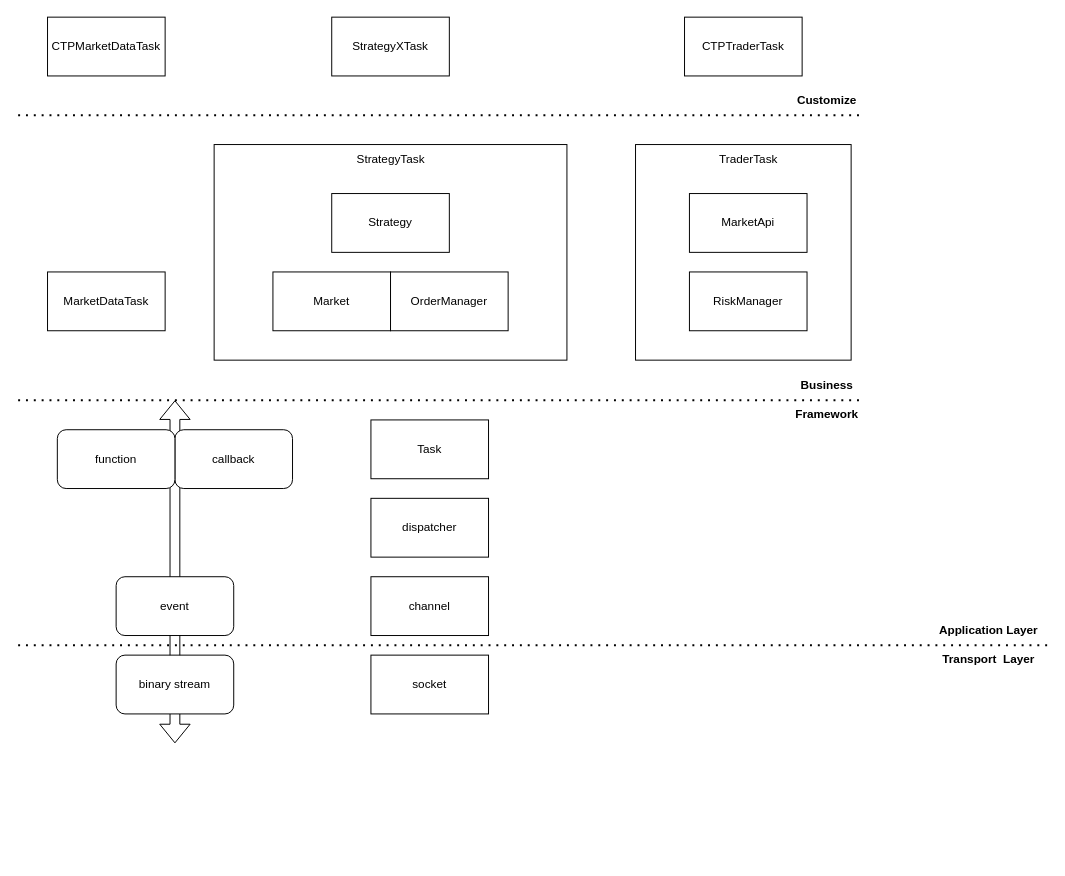
The draw.io diagram page "Process" (3 of 3) of hft/hft_framework.drawio in mistyeye11/drawio, before the edit. Source tidied: cells renumbered, new cells numbered last; positions are measured from the earlier drawing's top-left corner, leaving out a move shared by most shapes. Both pictures are drawn from the tidied source at 98%, with x=0, y=0 at pixel (18, 17).
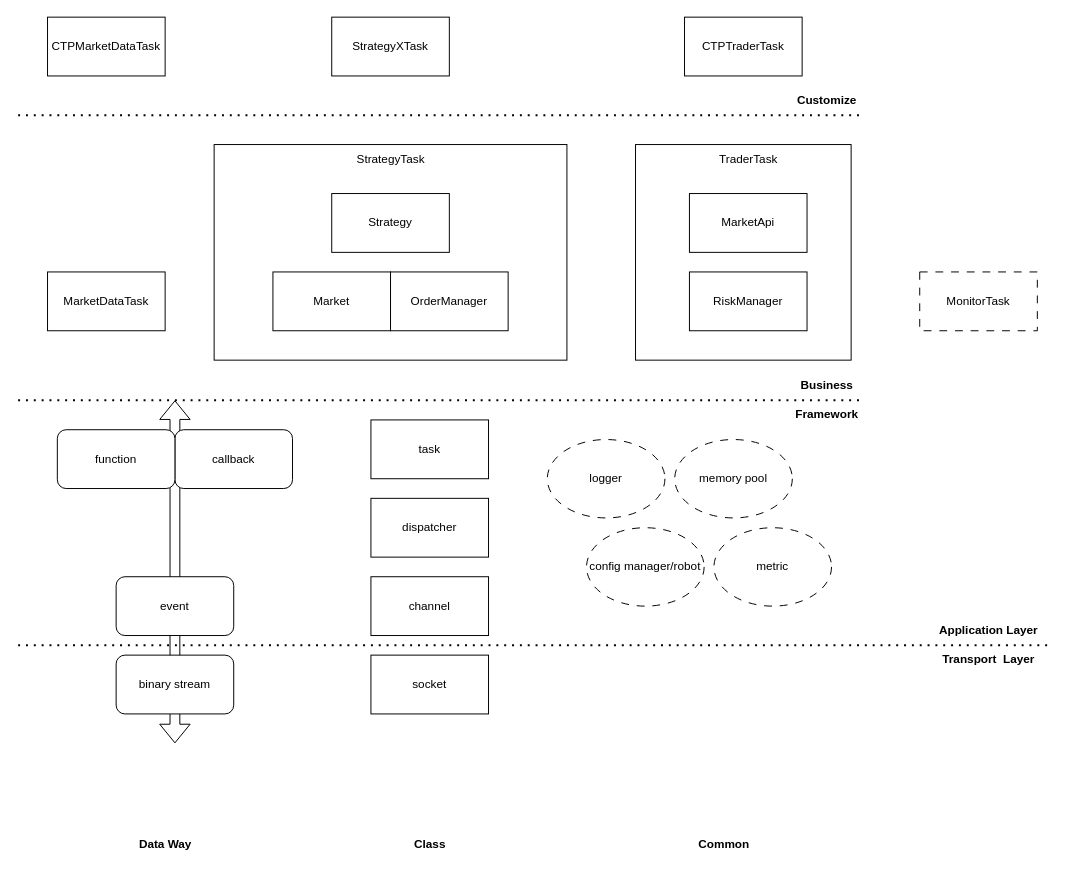
After the change.

What changed in the source:
```diff
@@
-    <mxCell id="22" value="Task" style="rounded=0;whiteSpace=wrap;html=1;" parent="1" vertex="1">
+    <mxCell id="22" value="task" style="rounded=0;whiteSpace=wrap;html=1;" parent="1" vertex="1">
       <mxGeometry x="360" y="411" width="120" height="60" as="geometry" />
     </mxCell>
@@
+    <mxCell id="32" value="logger" style="ellipse;whiteSpace=wrap;html=1;dashed=1;dashPattern=8 8;" parent="1" vertex="1">
+      <mxGeometry x="540" y="431" width="120" height="80" as="geometry" />
+    </mxCell>
+    <mxCell id="33" value="MonitorTask" style="rounded=0;whiteSpace=wrap;html=1;dashed=1;dashPattern=8 8;" parent="1" vertex="1">
+      <mxGeometry x="920" y="260" width="120" height="60" as="geometry" />
+    </mxCell>
+    <mxCell id="34" value="config manager/robot" style="ellipse;whiteSpace=wrap;html=1;dashed=1;dashPattern=8 8;" parent="1" vertex="1">
+      <mxGeometry x="580" y="521" width="120" height="80" as="geometry" />
+    </mxCell>
+    <mxCell id="35" value="Data Way" style="text;html=1;align=center;verticalAlign=middle;strokeColor=none;fillColor=none;fontStyle=1;" parent="1" vertex="1">
+      <mxGeometry x="110" y="829" width="80" height="30" as="geometry" />
+    </mxCell>
+    <mxCell id="36" value="Class" style="text;html=1;align=center;verticalAlign=middle;strokeColor=none;fillColor=none;fontStyle=1;" parent="1" vertex="1">
+      <mxGeometry x="395" y="829" width="50" height="30" as="geometry" />
+    </mxCell>
+    <mxCell id="37" value="Common" style="text;html=1;align=center;verticalAlign=middle;strokeColor=none;fillColor=none;fontStyle=1;" parent="1" vertex="1">
+      <mxGeometry x="685" y="829" width="70" height="30" as="geometry" />
+    </mxCell>
+    <mxCell id="38" value="memory pool" style="ellipse;whiteSpace=wrap;html=1;dashed=1;dashPattern=8 8;" parent="1" vertex="1">
+      <mxGeometry x="670" y="431" width="120" height="80" as="geometry" />
+    </mxCell>
+    <mxCell id="39" value="metric" style="ellipse;whiteSpace=wrap;html=1;dashed=1;dashPattern=8 8;" parent="1" vertex="1">
+      <mxGeometry x="710" y="521" width="120" height="80" as="geometry" />
+    </mxCell>
```
